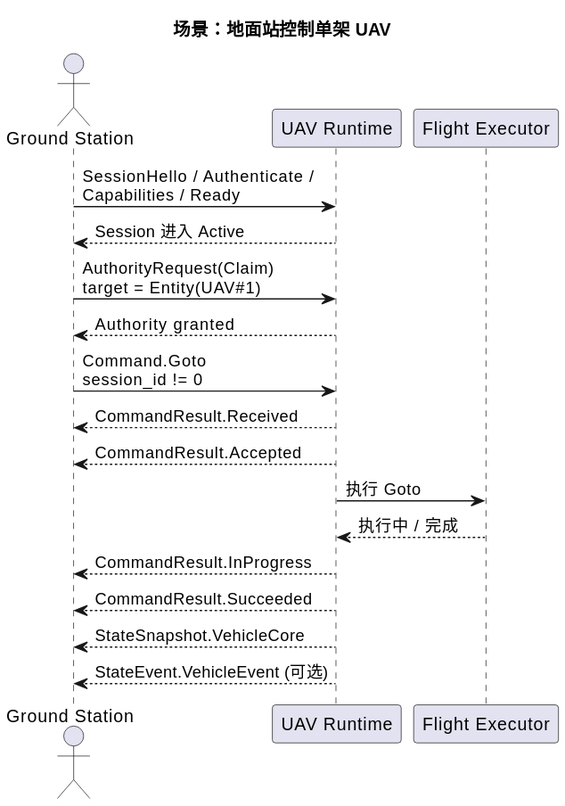
The PlantUML diagram docs/diagrams/plantuml/svg/scenario_single_uav_control.svg in YunDrone-Team/yunlink, before a commit. The source it was exported from:
```plantuml
@startuml
skinparamlocked backgroundColor white
title 场景：地面站控制单架 UAV
skinparam backgroundColor white
skinparam shadowing false

actor "Ground Station" as GS
participant "UAV Runtime" as UAV
participant "Flight Executor" as FC

GS -> UAV : SessionHello / Authenticate /\nCapabilities / Ready
UAV --> GS : Session 进入 Active

GS -> UAV : AuthorityRequest(Claim)\ntarget = Entity(UAV#1)
UAV --> GS : Authority granted

GS -> UAV : Command.Goto\nsession_id != 0
UAV --> GS : CommandResult.Received
UAV --> GS : CommandResult.Accepted
UAV -> FC : 执行 Goto
FC --> UAV : 执行中 / 完成
UAV --> GS : CommandResult.InProgress
UAV --> GS : CommandResult.Succeeded

UAV --> GS : StateSnapshot.VehicleCore
UAV --> GS : StateEvent.VehicleEvent (可选)
@enduml
```
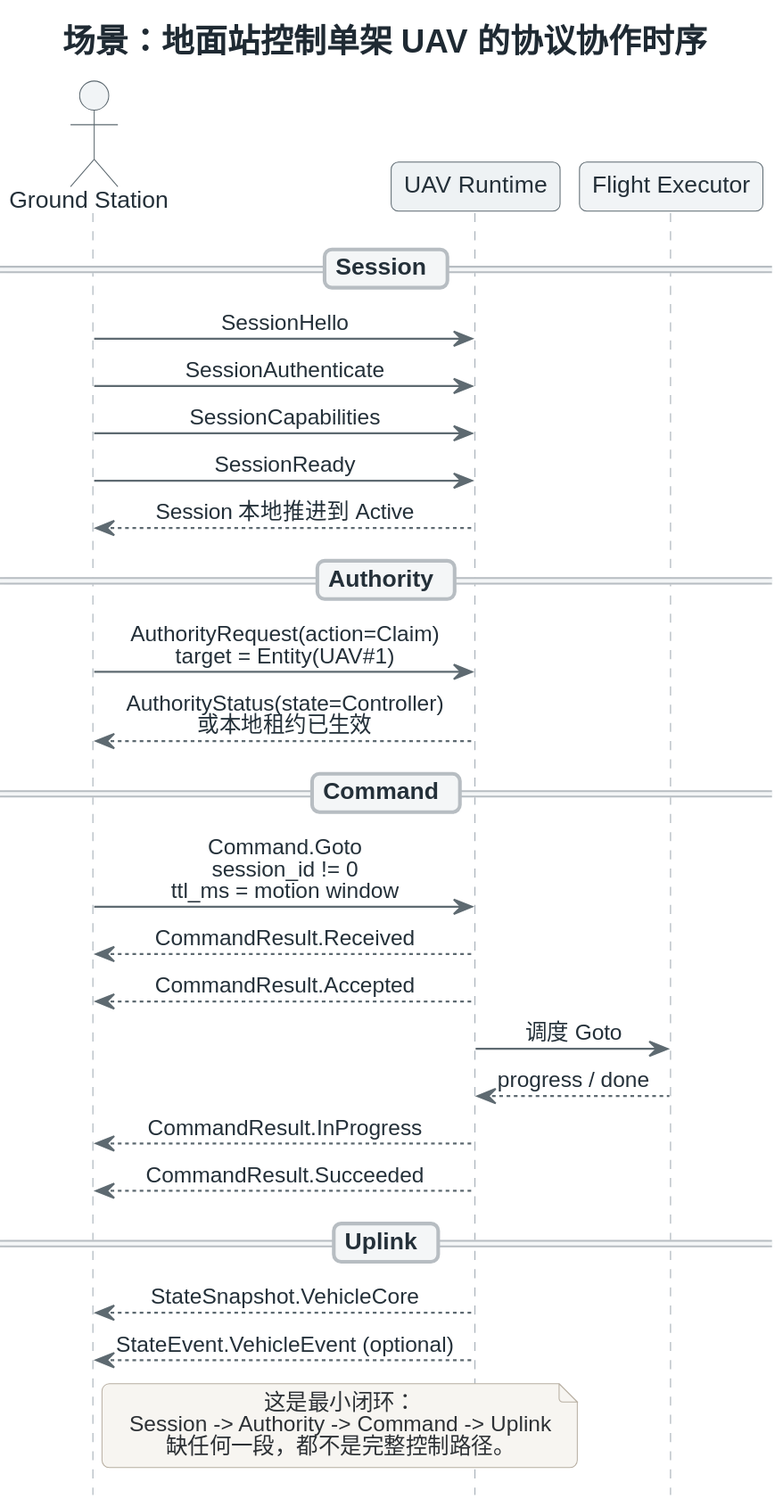
After the change.

Diff of the diagram source:
```diff
@@ -1,27 +1,40 @@
 @startuml
 skinparamlocked backgroundColor white
-title 场景：地面站控制单架 UAV
-skinparam backgroundColor white
-skinparam shadowing false
+!include _yunlink_protocol_theme.iuml
+title 场景：地面站控制单架 UAV 的协议协作时序
+hide footbox
 
 actor "Ground Station" as GS
-participant "UAV Runtime" as UAV
-participant "Flight Executor" as FC
+participant "UAV Runtime" as UAV #EEF2F4
+participant "Flight Executor" as FC #F1F4F6
 
-GS -> UAV : SessionHello / Authenticate /\nCapabilities / Ready
-UAV --> GS : Session 进入 Active
+== Session ==
+GS -> UAV : SessionHello
+GS -> UAV : SessionAuthenticate
+GS -> UAV : SessionCapabilities
+GS -> UAV : SessionReady
+UAV --> GS : Session 本地推进到 Active
 
-GS -> UAV : AuthorityRequest(Claim)\ntarget = Entity(UAV#1)
-UAV --> GS : Authority granted
+== Authority ==
+GS -> UAV : AuthorityRequest(action=Claim)\ntarget = Entity(UAV#1)
+UAV --> GS : AuthorityStatus(state=Controller)\n或本地租约已生效
 
-GS -> UAV : Command.Goto\nsession_id != 0
+== Command ==
+GS -> UAV : Command.Goto\nsession_id != 0\nttl_ms = motion window
 UAV --> GS : CommandResult.Received
 UAV --> GS : CommandResult.Accepted
-UAV -> FC : 执行 Goto
-FC --> UAV : 执行中 / 完成
+UAV -> FC : 调度 Goto
+FC --> UAV : progress / done
 UAV --> GS : CommandResult.InProgress
 UAV --> GS : CommandResult.Succeeded
 
+== Uplink ==
 UAV --> GS : StateSnapshot.VehicleCore
-UAV --> GS : StateEvent.VehicleEvent (可选)
+UAV --> GS : StateEvent.VehicleEvent (optional)
+
+note right of GS
+这是最小闭环：
+Session -> Authority -> Command -> Uplink
+缺任何一段，都不是完整控制路径。
+end note
 @enduml
```
